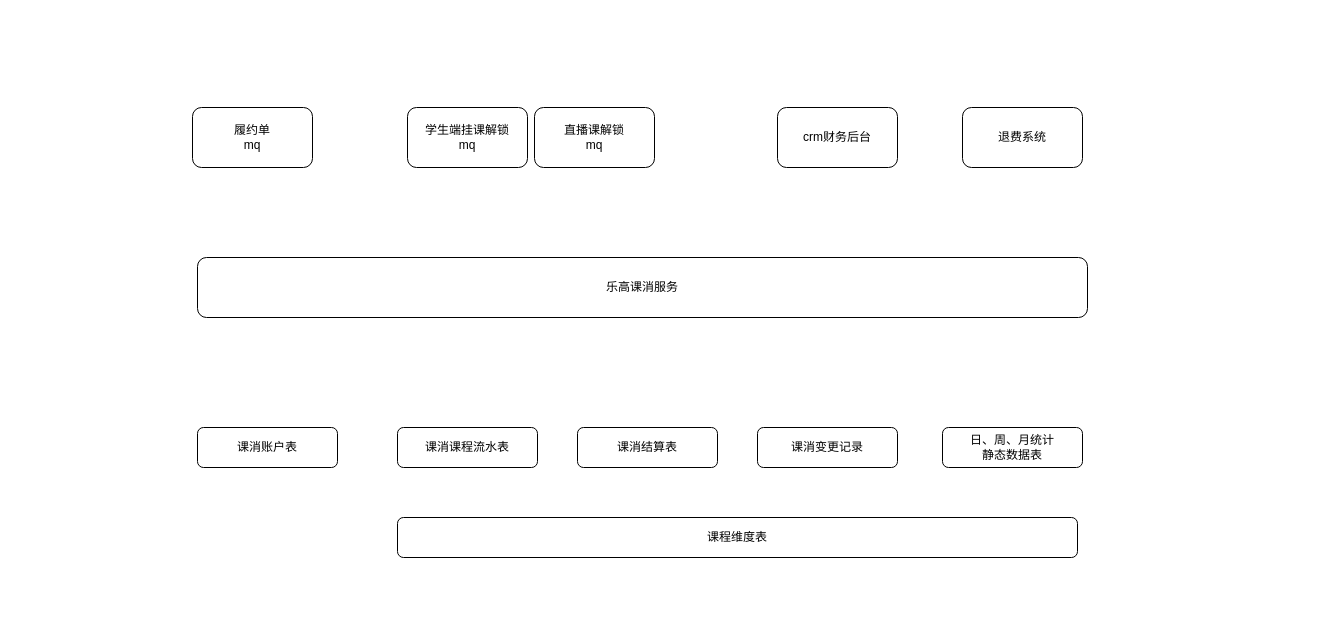
Above: 课消.drawio in xiell2016/hetaoDesign (draw.io), before the change. Source tidied: cells renumbered, new cells numbered last; positions are measured from the earlier drawing's top-left corner, leaving out a move shared by most shapes. Both pictures are drawn from the tidied source at 100%, with x=0, y=0 at pixel (192, 107).
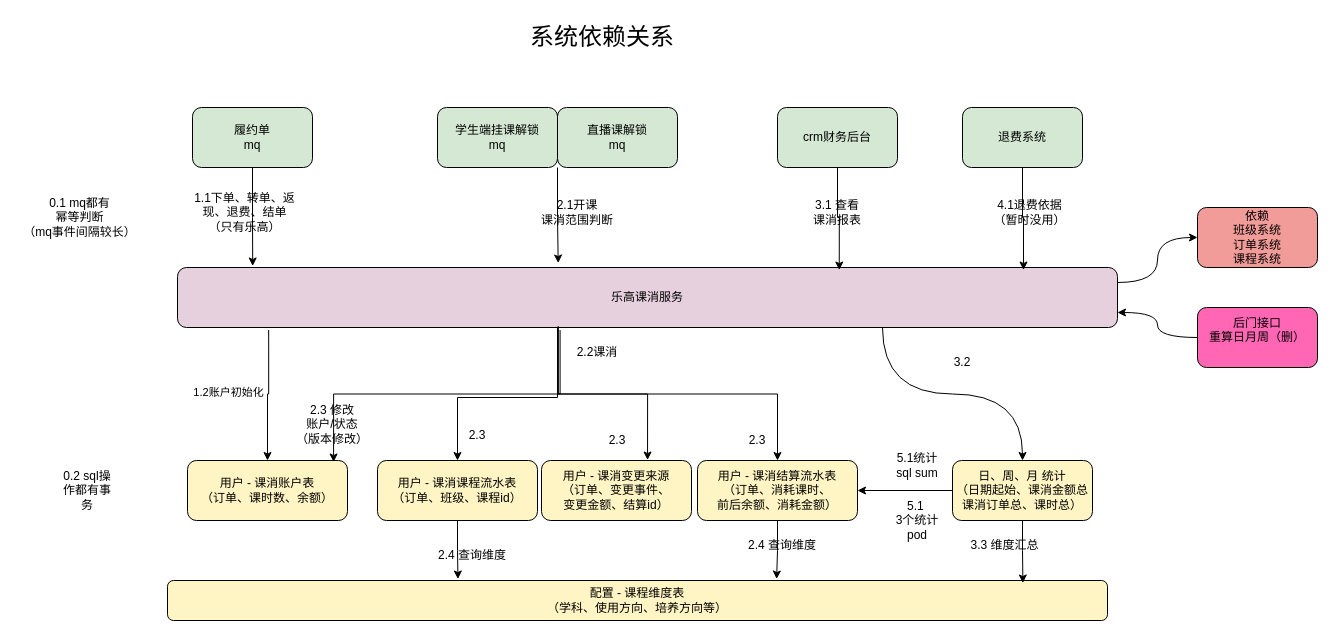
The same diagram, later.

What changed in the source:
```diff
@@
-    <mxCell id="2" value="履约单&lt;div&gt;mq&lt;/div&gt;" style="rounded=1;whiteSpace=wrap;html=1;" parent="1" vertex="1">
+    <mxCell id="2" value="履约单&lt;div&gt;mq&lt;/div&gt;" style="rounded=1;whiteSpace=wrap;html=1;fillColor=#D5E8D4;" parent="1" vertex="1">
       <mxGeometry width="120" height="60" as="geometry" />
     </mxCell>
+    <mxCell id="14" style="edgeStyle=orthogonalEdgeStyle;rounded=0;jettySize=auto;html=1;exitX=0.097;exitY=1.042;exitDx=0;exitDy=0;entryX=0.5;entryY=0;entryDx=0;entryDy=0;exitPerimeter=0;" parent="1" edge="1" source="3" target="8">
+      <mxGeometry relative="1" as="geometry" />
+    </mxCell>
+    <mxCell id="15" value="1.2账户初始化&lt;div&gt;&lt;br/&gt;&lt;/div&gt;" style="edgeLabel;html=1;align=center;verticalAlign=middle;" parent="14" vertex="1">
+      <mxGeometry x="0.06" y="1" relative="1" as="geometry">
+        <mxPoint x="-41" as="offset" />
+      </mxGeometry>
+    </mxCell>
+    <mxCell id="16" style="edgeStyle=orthogonalEdgeStyle;rounded=0;jettySize=auto;html=1;" parent="1" edge="1" target="9">
+      <mxGeometry relative="1" as="geometry">
+        <mxPoint x="365" y="220" as="sourcePoint" />
+        <Array as="points">
+          <mxPoint x="365" y="290" />
+          <mxPoint x="265" y="290" />
+        </Array>
+      </mxGeometry>
+    </mxCell>
+    <mxCell id="17" style="edgeStyle=orthogonalEdgeStyle;rounded=0;jettySize=auto;html=1;exitX=0.405;exitY=0.992;exitDx=0;exitDy=0;exitPerimeter=0;" parent="1" edge="1" source="3" target="10">
+      <mxGeometry relative="1" as="geometry" />
+    </mxCell>
+    <mxCell id="18" style="edgeStyle=orthogonalEdgeStyle;rounded=0;jettySize=auto;html=1;exitX=0.407;exitY=1.042;exitDx=0;exitDy=0;entryX=0.913;entryY=0.025;entryDx=0;entryDy=0;exitPerimeter=0;entryPerimeter=0;" parent="1" edge="1" source="3" target="8">
+      <mxGeometry relative="1" as="geometry" />
+    </mxCell>
+    <mxCell id="19" style="edgeStyle=orthogonalEdgeStyle;rounded=0;jettySize=auto;html=1;exitX=0.75;exitY=1;exitDx=0;exitDy=0;curved=1;" parent="1" edge="1" source="3" target="12">
+      <mxGeometry relative="1" as="geometry" />
+    </mxCell>
+    <mxCell id="20" style="edgeStyle=orthogonalEdgeStyle;rounded=0;jettySize=auto;html=1;exitX=1;exitY=0.25;exitDx=0;exitDy=0;entryX=0;entryY=0.5;entryDx=0;entryDy=0;curved=1;" parent="1" edge="1" source="3" target="49">
+      <mxGeometry relative="1" as="geometry" />
+    </mxCell>
-    <mxCell id="3" value="乐高课消服务" style="rounded=1;whiteSpace=wrap;html=1;" parent="1" vertex="1">
-      <mxGeometry x="5" y="150" width="890" height="60" as="geometry" />
+    <mxCell id="3" value="乐高课消服务" style="rounded=1;whiteSpace=wrap;html=1;fillColor=#E6D0DE;" parent="1" vertex="1">
+      <mxGeometry x="-15" y="160" width="940" height="60" as="geometry" />
     </mxCell>
-    <mxCell id="4" value="学生端挂课解锁&lt;br&gt;mq" style="rounded=1;whiteSpace=wrap;html=1;" parent="1" vertex="1">
-      <mxGeometry x="215" width="120" height="60" as="geometry" />
+    <mxCell id="4" value="学生端挂课解锁&lt;br&gt;mq" style="rounded=1;whiteSpace=wrap;html=1;fillColor=#D5E8D4;" parent="1" vertex="1">
+      <mxGeometry x="245" width="120" height="60" as="geometry" />
     </mxCell>
-    <mxCell id="5" value="直播课解锁&lt;br&gt;mq" style="rounded=1;whiteSpace=wrap;html=1;" parent="1" vertex="1">
-      <mxGeometry x="342" width="120" height="60" as="geometry" />
+    <mxCell id="5" value="直播课解锁&lt;br&gt;mq" style="rounded=1;whiteSpace=wrap;html=1;fillColor=#D5E8D4;" parent="1" vertex="1">
+      <mxGeometry x="365" width="120" height="60" as="geometry" />
     </mxCell>
-    <mxCell id="6" value="crm财务后台" style="rounded=1;whiteSpace=wrap;html=1;" parent="1" vertex="1">
+    <mxCell id="6" value="crm财务后台" style="rounded=1;whiteSpace=wrap;html=1;fillColor=#D5E8D4;" parent="1" vertex="1">
       <mxGeometry x="585" width="120" height="60" as="geometry" />
     </mxCell>
-    <mxCell id="7" value="退费系统" style="rounded=1;whiteSpace=wrap;html=1;" parent="1" vertex="1">
+    <mxCell id="7" value="退费系统" style="rounded=1;whiteSpace=wrap;html=1;fillColor=#D5E8D4;" parent="1" vertex="1">
       <mxGeometry x="770" width="120" height="60" as="geometry" />
     </mxCell>
-    <mxCell id="8" value="课消账户表" style="rounded=1;whiteSpace=wrap;html=1;" parent="1" vertex="1">
-      <mxGeometry x="5" y="320" width="140" height="40" as="geometry" />
+    <mxCell id="8" value="用户 - 课消账户表&lt;div&gt;（订单、课时数、余额）&lt;/div&gt;" style="rounded=1;whiteSpace=wrap;html=1;fillColor=#FFF4C3;" parent="1" vertex="1">
+      <mxGeometry x="-5" y="353" width="160" height="60" as="geometry" />
     </mxCell>
-    <mxCell id="9" value="课消课程流水表" style="rounded=1;whiteSpace=wrap;html=1;" parent="1" vertex="1">
-      <mxGeometry x="205" y="320" width="140" height="40" as="geometry" />
+    <mxCell id="9" value="用户 - 课消课程流水表&lt;div&gt;（订单、班级、课程id）&lt;/div&gt;" style="rounded=1;whiteSpace=wrap;html=1;fillColor=#FFF4C3;" parent="1" vertex="1">
+      <mxGeometry x="185" y="353" width="160" height="60" as="geometry" />
     </mxCell>
-    <mxCell id="10" value="课消结算表" style="rounded=1;whiteSpace=wrap;html=1;" parent="1" vertex="1">
-      <mxGeometry x="385" y="320" width="140" height="40" as="geometry" />
+    <mxCell id="10" value="用户 - 课消结算流水表&lt;div&gt;（订单、消耗课时、&lt;/div&gt;&lt;div&gt;前后余额、消耗金额）&lt;/div&gt;" style="rounded=1;whiteSpace=wrap;html=1;fillColor=#FFF4C3;" parent="1" vertex="1">
+      <mxGeometry x="505" y="353" width="160" height="60" as="geometry" />
     </mxCell>
-    <mxCell id="11" value="课消变更记录" style="rounded=1;whiteSpace=wrap;html=1;" parent="1" vertex="1">
-      <mxGeometry x="565" y="320" width="140" height="40" as="geometry" />
+    <mxCell id="11" value="用户 - 课消变更来源&lt;div&gt;（订单、变更事件、&lt;/div&gt;&lt;div&gt;变更金额、结算id）&lt;/div&gt;" style="rounded=1;whiteSpace=wrap;html=1;fillColor=#FFF4C3;" parent="1" vertex="1">
+      <mxGeometry x="349" y="353" width="150" height="60" as="geometry" />
     </mxCell>
+    <mxCell id="21" style="edgeStyle=orthogonalEdgeStyle;rounded=0;jettySize=auto;html=1;exitX=0;exitY=0.5;exitDx=0;exitDy=0;entryX=1;entryY=0.5;entryDx=0;entryDy=0;" parent="1" edge="1" source="12" target="10">
+      <mxGeometry relative="1" as="geometry" />
+    </mxCell>
-    <mxCell id="12" value="日、周、月统计&lt;div&gt;静态数据表&lt;/div&gt;" style="rounded=1;whiteSpace=wrap;html=1;" parent="1" vertex="1">
-      <mxGeometry x="750" y="320" width="140" height="40" as="geometry" />
+    <mxCell id="12" value="日、周、月 统计&lt;div&gt;（日期起始、课消金额总&lt;/div&gt;&lt;div&gt;课消订单总、课时总）&lt;/div&gt;" style="rounded=1;whiteSpace=wrap;html=1;fillColor=#FFF4C3;" parent="1" vertex="1">
+      <mxGeometry x="760" y="353" width="140" height="60" as="geometry" />
     </mxCell>
-    <mxCell id="13" value="课程维度表" style="rounded=1;whiteSpace=wrap;html=1;" parent="1" vertex="1">
-      <mxGeometry x="205" y="410" width="680" height="40" as="geometry" />
+    <mxCell id="13" value="配置 - 课程维度表&lt;div&gt;（学科、使用方向、培养方向等）&lt;/div&gt;" style="rounded=1;whiteSpace=wrap;html=1;fillColor=#FFF4C3;" parent="1" vertex="1">
+      <mxGeometry x="-25" y="473" width="940" height="40" as="geometry" />
     </mxCell>
+    <mxCell id="22" value="1.1下单、转单、返现、退费、结单&lt;br&gt;（只有乐高）" style="text;html=1;align=center;verticalAlign=middle;whiteSpace=wrap;rounded=0;" parent="1" vertex="1">
+      <mxGeometry y="90" width="105" height="30" as="geometry" />
+    </mxCell>
+    <mxCell id="23" value="&lt;font style=&quot;font-size: 24px;&quot;&gt;系统依赖关系&lt;/font&gt;" style="text;html=1;align=center;verticalAlign=middle;whiteSpace=wrap;rounded=0;" parent="1" vertex="1">
+      <mxGeometry x="335" y="-90" width="150" height="40" as="geometry" />
+    </mxCell>
+    <mxCell id="24" value="2.1开课&lt;div&gt;课消范围判断&lt;/div&gt;" style="text;html=1;align=center;verticalAlign=middle;whiteSpace=wrap;rounded=0;" parent="1" vertex="1">
+      <mxGeometry x="325" y="90" width="120" height="30" as="geometry" />
+    </mxCell>
+    <mxCell id="25" value="3.1 查看&lt;div&gt;课消报表&lt;/div&gt;" style="text;html=1;align=center;verticalAlign=middle;whiteSpace=wrap;rounded=0;" parent="1" vertex="1">
+      <mxGeometry x="615" y="90" width="60" height="30" as="geometry" />
+    </mxCell>
+    <mxCell id="26" value="4.1退费依据&lt;div&gt;（暂时没用）&lt;/div&gt;" style="text;html=1;align=center;verticalAlign=middle;whiteSpace=wrap;rounded=0;" parent="1" vertex="1">
+      <mxGeometry x="800" y="90" width="75" height="30" as="geometry" />
+    </mxCell>
+    <mxCell id="27" style="edgeStyle=orthogonalEdgeStyle;rounded=0;jettySize=auto;html=1;exitX=0.5;exitY=1;exitDx=0;exitDy=0;entryX=0.91;entryY=0.063;entryDx=0;entryDy=0;entryPerimeter=0;" parent="1" edge="1" source="12" target="13">
+      <mxGeometry relative="1" as="geometry" />
+    </mxCell>
+    <mxCell id="28" style="edgeStyle=orthogonalEdgeStyle;rounded=0;jettySize=auto;html=1;exitX=0.5;exitY=1;exitDx=0;exitDy=0;entryX=0.08;entryY=-0.025;entryDx=0;entryDy=0;entryPerimeter=0;" parent="1" edge="1" source="2" target="3">
+      <mxGeometry relative="1" as="geometry" />
+    </mxCell>
+    <mxCell id="29" style="edgeStyle=orthogonalEdgeStyle;rounded=0;jettySize=auto;html=1;exitX=1;exitY=1;exitDx=0;exitDy=0;entryX=0.405;entryY=-0.075;entryDx=0;entryDy=0;entryPerimeter=0;" parent="1" edge="1" source="4" target="3">
+      <mxGeometry relative="1" as="geometry" />
+    </mxCell>
+    <mxCell id="30" style="edgeStyle=orthogonalEdgeStyle;rounded=0;jettySize=auto;html=1;exitX=0.5;exitY=1;exitDx=0;exitDy=0;entryX=0.704;entryY=0.042;entryDx=0;entryDy=0;entryPerimeter=0;" parent="1" edge="1" source="6" target="3">
+      <mxGeometry relative="1" as="geometry" />
+    </mxCell>
+    <mxCell id="31" style="edgeStyle=orthogonalEdgeStyle;rounded=0;jettySize=auto;html=1;exitX=0.5;exitY=1;exitDx=0;exitDy=0;entryX=0.9;entryY=0.042;entryDx=0;entryDy=0;entryPerimeter=0;" parent="1" edge="1" source="7" target="3">
+      <mxGeometry relative="1" as="geometry" />
+    </mxCell>
+    <mxCell id="32" value="0.1 mq都有&lt;div&gt;幂等判断&lt;br&gt;（mq事件间隔较长）&lt;/div&gt;" style="text;html=1;align=center;verticalAlign=middle;whiteSpace=wrap;rounded=0;" parent="1" vertex="1">
+      <mxGeometry x="-175" y="80" width="125" height="60" as="geometry" />
+    </mxCell>
+    <mxCell id="33" value="0.2 sql操&lt;div&gt;作都有事务&lt;/div&gt;" style="text;html=1;align=center;verticalAlign=middle;whiteSpace=wrap;rounded=0;" parent="1" vertex="1">
+      <mxGeometry x="-135" y="368" width="60" height="30" as="geometry" />
+    </mxCell>
+    <mxCell id="34" value="&lt;div&gt;5.1统计&lt;/div&gt;sql sum" style="text;html=1;align=center;verticalAlign=middle;whiteSpace=wrap;rounded=0;" parent="1" vertex="1">
+      <mxGeometry x="695" y="343" width="60" height="30" as="geometry" />
+    </mxCell>
+    <mxCell id="35" style="edgeStyle=orthogonalEdgeStyle;rounded=0;jettySize=auto;html=1;exitX=0.5;exitY=1;exitDx=0;exitDy=0;entryX=0.309;entryY=-0.037;entryDx=0;entryDy=0;entryPerimeter=0;" parent="1" edge="1" source="9" target="13">
+      <mxGeometry relative="1" as="geometry" />
+    </mxCell>
+    <mxCell id="36" style="edgeStyle=orthogonalEdgeStyle;rounded=0;jettySize=auto;html=1;exitX=0.405;exitY=0.975;exitDx=0;exitDy=0;entryX=0.707;entryY=-0.008;entryDx=0;entryDy=0;entryPerimeter=0;exitPerimeter=0;" parent="1" edge="1" source="3" target="11">
+      <mxGeometry relative="1" as="geometry" />
+    </mxCell>
+    <mxCell id="37" value="2.2课消" style="text;html=1;align=center;verticalAlign=middle;whiteSpace=wrap;rounded=0;" parent="1" vertex="1">
+      <mxGeometry x="375" y="230" width="60" height="30" as="geometry" />
+    </mxCell>
+    <mxCell id="38" value="2.3 修改&lt;div&gt;账户/状态&lt;br&gt;（版本修改）&lt;/div&gt;" style="text;html=1;align=center;verticalAlign=middle;whiteSpace=wrap;rounded=0;" parent="1" vertex="1">
+      <mxGeometry x="95" y="300" width="90" height="33" as="geometry" />
+    </mxCell>
+    <mxCell id="39" value="3.2" style="text;html=1;align=center;verticalAlign=middle;whiteSpace=wrap;rounded=0;" parent="1" vertex="1">
+      <mxGeometry x="740" y="240" width="60" height="30" as="geometry" />
+    </mxCell>
+    <mxCell id="40" value="3.3 维度汇总" style="text;html=1;align=center;verticalAlign=middle;whiteSpace=wrap;rounded=0;" parent="1" vertex="1">
+      <mxGeometry x="770" y="423" width="85" height="30" as="geometry" />
+    </mxCell>
+    <mxCell id="41" value="2.4 查询维度" style="text;html=1;align=center;verticalAlign=middle;whiteSpace=wrap;rounded=0;" parent="1" vertex="1">
+      <mxGeometry x="225" y="433" width="110" height="30" as="geometry" />
+    </mxCell>
+    <mxCell id="42" value="2.3" style="text;html=1;align=center;verticalAlign=middle;whiteSpace=wrap;rounded=0;" parent="1" vertex="1">
+      <mxGeometry x="255" y="313" width="60" height="30" as="geometry" />
+    </mxCell>
+    <mxCell id="43" value="2.3" style="text;html=1;align=center;verticalAlign=middle;whiteSpace=wrap;rounded=0;" parent="1" vertex="1">
+      <mxGeometry x="395" y="318" width="60" height="30" as="geometry" />
+    </mxCell>
+    <mxCell id="44" value="2.3" style="text;html=1;align=center;verticalAlign=middle;whiteSpace=wrap;rounded=0;" parent="1" vertex="1">
+      <mxGeometry x="535" y="318" width="60" height="30" as="geometry" />
+    </mxCell>
+    <mxCell id="45" value="2.4 查询维度" style="text;html=1;align=center;verticalAlign=middle;whiteSpace=wrap;rounded=0;" parent="1" vertex="1">
+      <mxGeometry x="535" y="423" width="110" height="30" as="geometry" />
+    </mxCell>
+    <mxCell id="46" value="&lt;div&gt;5.1&amp;nbsp;&lt;/div&gt;&lt;div&gt;3个统计 pod&lt;/div&gt;" style="text;html=1;align=center;verticalAlign=middle;whiteSpace=wrap;rounded=0;" parent="1" vertex="1">
+      <mxGeometry x="695" y="398" width="60" height="30" as="geometry" />
+    </mxCell>
+    <mxCell id="47" style="edgeStyle=orthogonalEdgeStyle;rounded=0;jettySize=auto;html=1;exitX=0;exitY=0.5;exitDx=0;exitDy=0;entryX=1;entryY=0.75;entryDx=0;entryDy=0;curved=1;" parent="1" edge="1" source="48" target="3">
+      <mxGeometry relative="1" as="geometry" />
+    </mxCell>
+    <mxCell id="48" value="后门接口&lt;div&gt;重算日月周（删）&lt;/div&gt;&lt;div&gt;&lt;br&gt;&lt;/div&gt;" style="rounded=1;whiteSpace=wrap;html=1;fillColor=#FF66B3;" parent="1" vertex="1">
+      <mxGeometry x="1005" y="200" width="120" height="60" as="geometry" />
+    </mxCell>
+    <mxCell id="49" value="依赖&lt;div&gt;班级系统&lt;/div&gt;&lt;div&gt;订单系统&lt;/div&gt;&lt;div&gt;课程系统&lt;/div&gt;" style="rounded=1;whiteSpace=wrap;html=1;fillColor=#F19C99;" parent="1" vertex="1">
+      <mxGeometry x="1005" y="100" width="120" height="60" as="geometry" />
+    </mxCell>
+    <mxCell id="50" style="edgeStyle=orthogonalEdgeStyle;rounded=0;jettySize=auto;html=1;exitX=0.5;exitY=1;exitDx=0;exitDy=0;entryX=0.648;entryY=-0.037;entryDx=0;entryDy=0;entryPerimeter=0;" parent="1" edge="1" source="10" target="13">
+      <mxGeometry relative="1" as="geometry" />
+    </mxCell>
```
